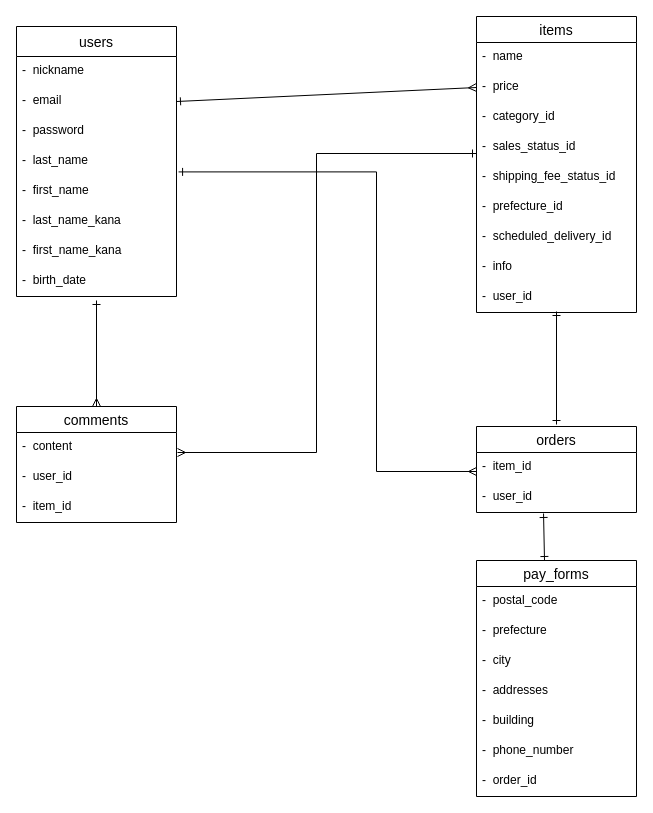
The draw.io diagram furima.dio in kkatht/furima-40022, before the edit. Source tidied: cells renumbered, new cells numbered last; positions are measured from the earlier drawing's top-left corner, leaving out a move shared by most shapes. Both pictures are drawn from the tidied source at 100%, with x=0, y=0 at pixel (16, 16).
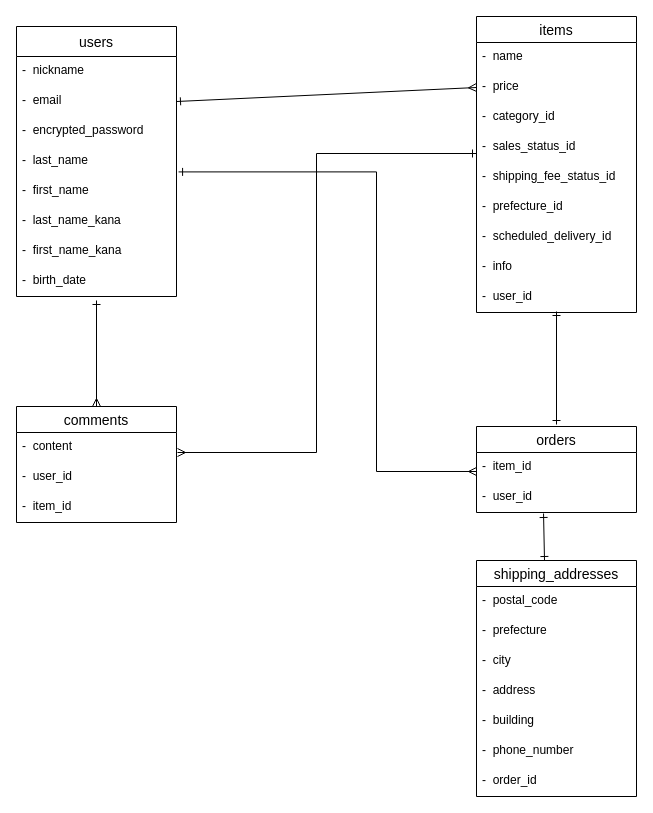
Above is the later version.

Commit message (it also covers changes not shown here):
データベース設計修正3

The change refers to these unchanged cells:
```xml
<mxCell id="2" value="users" style="swimlane;fontStyle=0;horizontal=1;startSize=30;align=center;fontSize=14;" parent="1" vertex="1">
  <mxGeometry y="10" width="160" height="270" as="geometry" />
</mxCell>
```

The edit, as a diff of the source:
```diff
@@
-    <mxCell id="5" value="-  password" style="text;strokeColor=none;fillColor=none;spacingLeft=4;spacingRight=4;overflow=hidden;fontSize=12;" parent="2" vertex="1">
+    <mxCell id="5" value="-  encrypted_password" style="text;strokeColor=none;fillColor=none;spacingLeft=4;spacingRight=4;overflow=hidden;fontSize=12;" parent="2" vertex="1">
       <mxGeometry y="90" width="160" height="30" as="geometry" />
     </mxCell>
@@
-    <mxCell id="33" value="pay_forms" style="swimlane;fontStyle=0;horizontal=1;startSize=26;align=center;fontSize=14;" parent="1" vertex="1">
+    <mxCell id="33" value="shipping_addresses" style="swimlane;fontStyle=0;horizontal=1;startSize=26;align=center;fontSize=14;" parent="1" vertex="1">
       <mxGeometry x="460" y="544" width="160" height="236" as="geometry" />
     </mxCell>
@@
-    <mxCell id="37" value="-  addresses" style="text;strokeColor=none;fillColor=none;spacingLeft=4;spacingRight=4;overflow=hidden;fontSize=12;" parent="33" vertex="1">
+    <mxCell id="37" value="-  address" style="text;strokeColor=none;fillColor=none;spacingLeft=4;spacingRight=4;overflow=hidden;fontSize=12;" parent="33" vertex="1">
       <mxGeometry y="116" width="160" height="30" as="geometry" />
     </mxCell>
```
